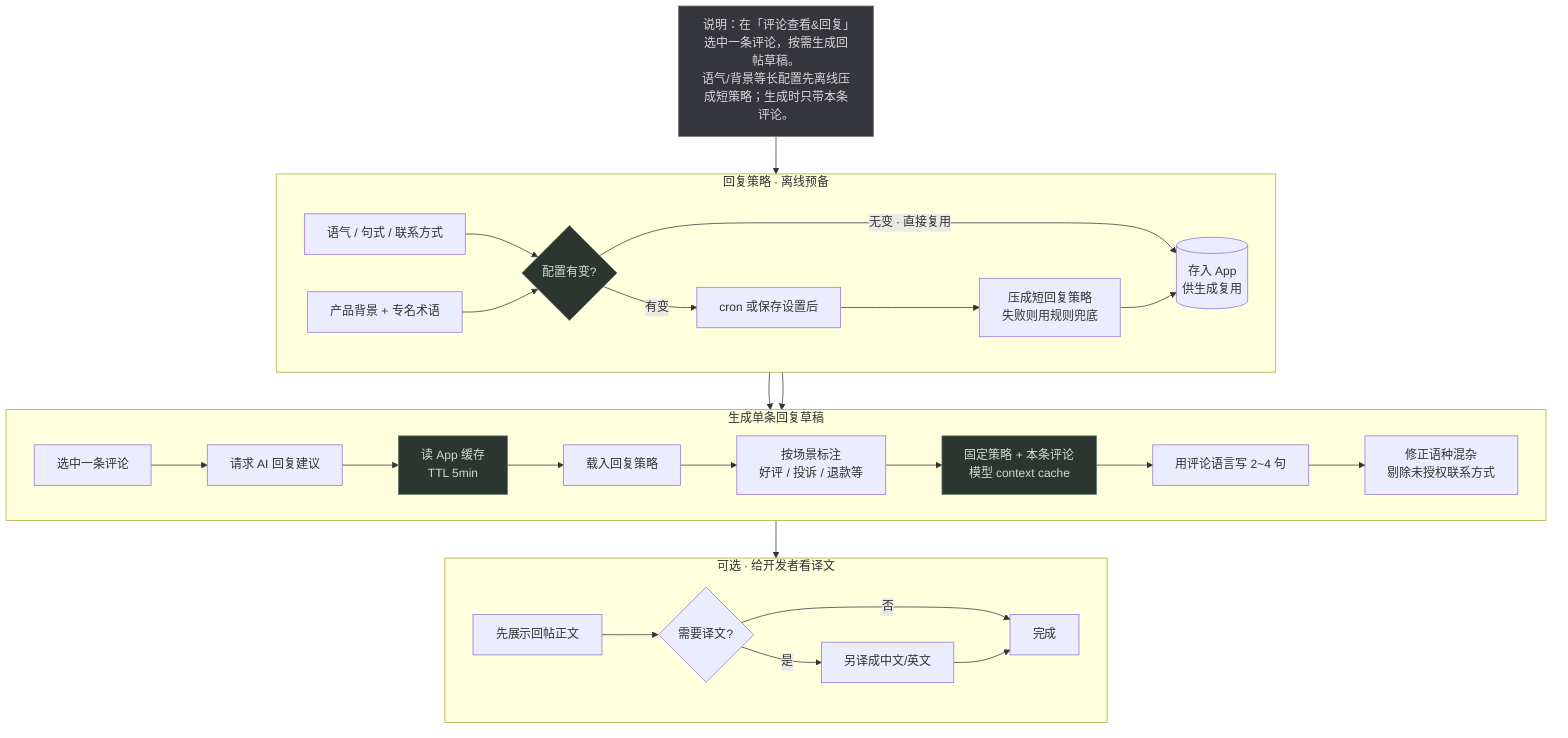
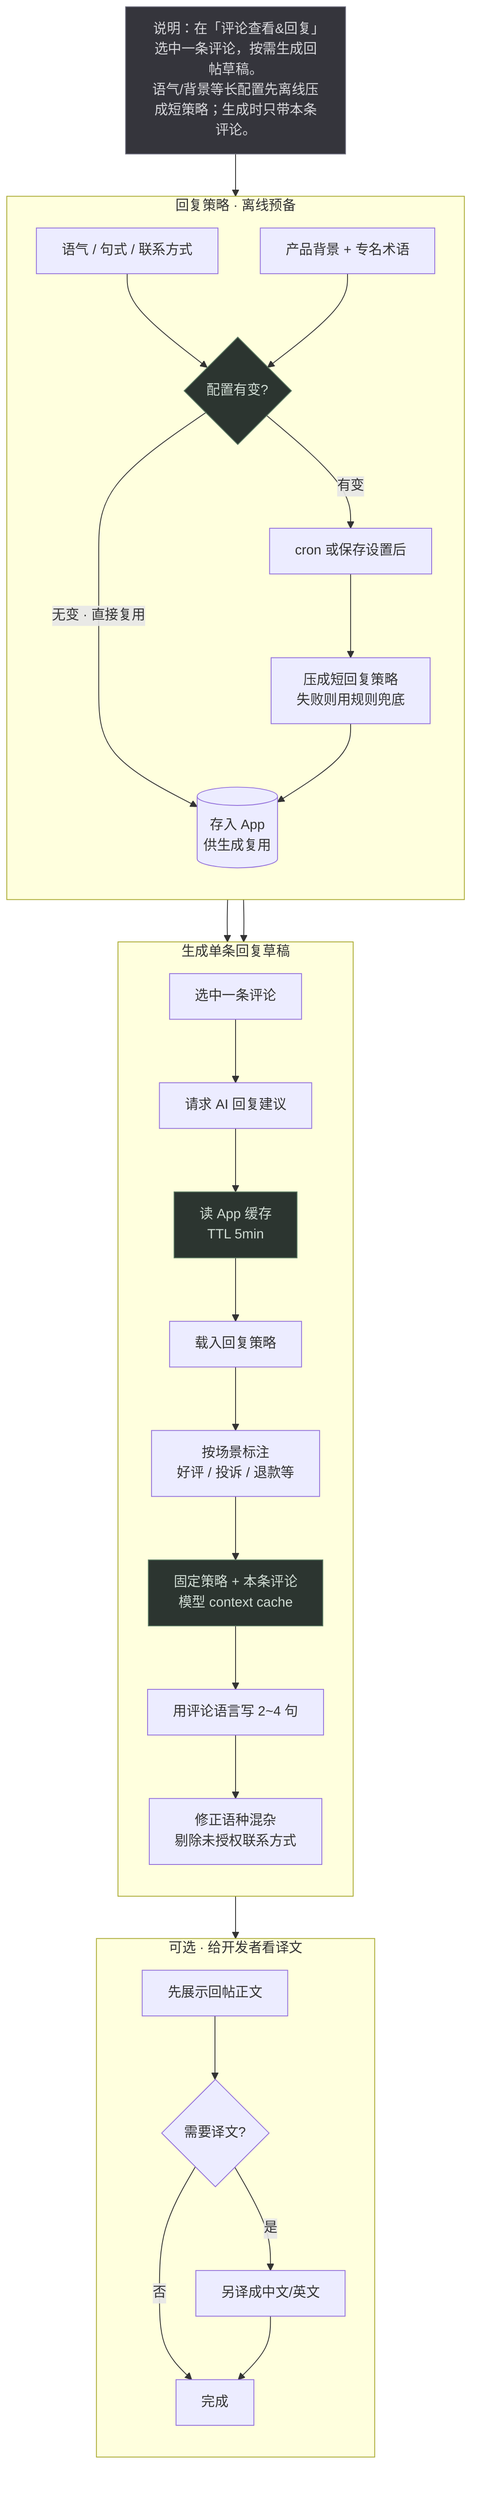
flowchart TB
  classDef note fill:#35353c,stroke:#707080,stroke-width:1px,color:#d8d8dc
  classDef cache fill:#2c3530,stroke:#5a7a62,stroke-width:1px,color:#d0dcd4

  NOTE_REPLY["说明：在「评论查看&回复」选中一条评论，按需生成回帖草稿。<br/>语气/背景等长配置先离线压成短策略；生成时只带本条评论。"]
  class NOTE_REPLY note

  subgraph prep [回复策略 · 离线预备]
-     direction LR
+     direction TB
    RS[语气 / 句式 / 联系方式]
    SHARED[产品背景 + 专名术语]
    CHANGED{配置有变?}
    TRIG[cron 或保存设置后]
-     COMP[压成短回复策略<br/>失败则用规则兜底]
+     COMP["压成短回复策略<br/>失败则用规则兜底"]
    STORE[(存入 App<br/>供生成复用)]
    RS --> CHANGED
    SHARED --> CHANGED
    CHANGED -->|无变 · 直接复用| STORE
    CHANGED -->|有变| TRIG --> COMP --> STORE
  end

  subgraph gen [生成单条回复草稿]
-     direction LR
+     direction TB
    UI[选中一条评论]
    ROUTE[请求 AI 回复建议]
-     APPCACHE[读 App 缓存<br/>TTL 5min]
+     APPCACHE["读 App 缓存<br/>TTL 5min"]
    POLICY[载入回复策略]
-     HINTS[按场景标注<br/>好评 / 投诉 / 退款等]
-     SYS[固定策略 + 本条评论<br/>模型 context cache]
+     HINTS["按场景标注<br/>好评 / 投诉 / 退款等"]
+     SYS["固定策略 + 本条评论<br/>模型 context cache"]
    WRITE[用评论语言写 2~4 句]
-     FIX[修正语种混杂<br/>剔除未授权联系方式]
+     FIX["修正语种混杂<br/>剔除未授权联系方式"]
    UI --> ROUTE --> APPCACHE --> POLICY --> HINTS --> SYS --> WRITE --> FIX
  end

  subgraph extra [可选 · 给开发者看译文]
-     direction LR
+     direction TB
    SHOW[先展示回帖正文]
    TRCHK{需要译文?}
    TR[另译成中文/英文]
    DONE[完成]
    SHOW --> TRCHK
    TRCHK -->|否| DONE
    TRCHK -->|是| TR --> DONE
  end

  class APPCACHE,CHANGED,SYS cache

  NOTE_REPLY --> prep
  STORE --> POLICY
  prep --> gen
  FIX --> SHOW
